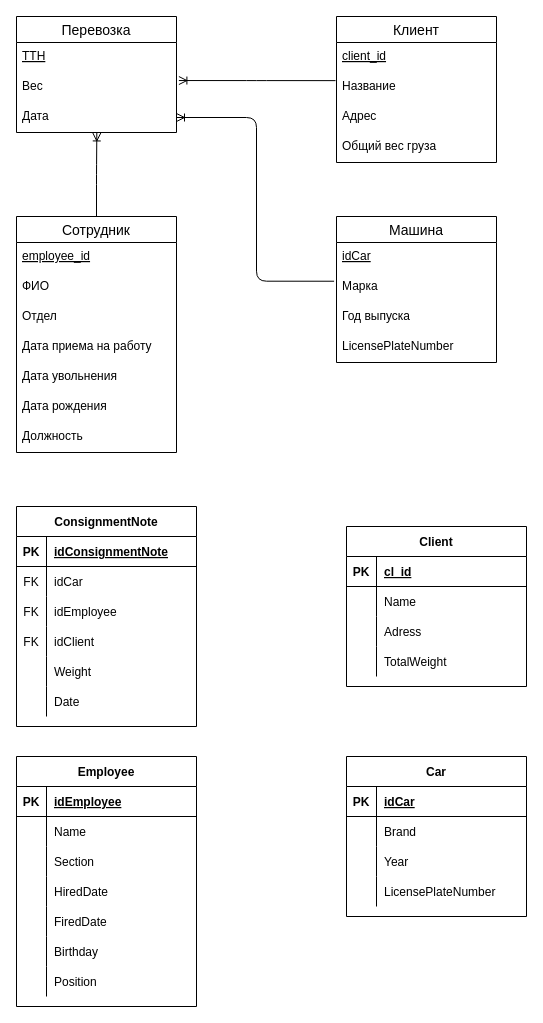
Above: 4_semestr/Data Bases/lab_Schema.drawio in Dishulka/University (draw.io), before the change. Source tidied: cells renumbered, new cells numbered last; positions are measured from the earlier drawing's top-left corner, leaving out a move shared by most shapes. Both pictures are drawn from the tidied source at 100%, with x=0, y=0 at pixel (16, 16).
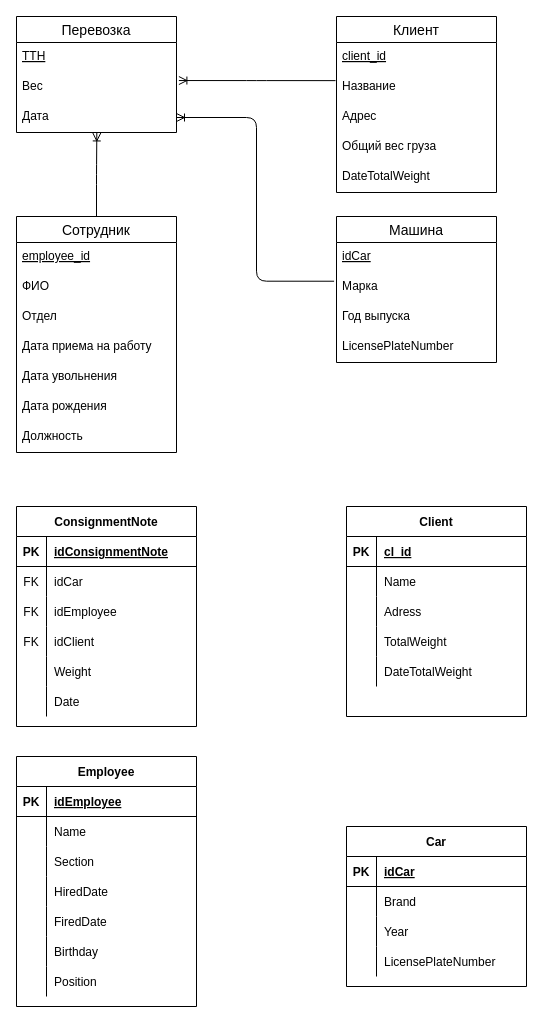
The same diagram, later.

Change to the diagram source:
```diff
@@
     <mxCell id="16" value="Клиент" style="swimlane;fontStyle=0;horizontal=1;startSize=26;align=center;fontSize=14;" parent="1" vertex="1">
-      <mxGeometry x="320" width="160" height="146" as="geometry" />
+      <mxGeometry x="320" width="160" height="176" as="geometry" />
     </mxCell>
@@
+    <mxCell id="94" value="DateTotalWeight" style="text;strokeColor=none;fillColor=none;spacingLeft=4;spacingRight=4;overflow=hidden;fontSize=12;" parent="16" vertex="1">
+      <mxGeometry y="146" width="160" height="30" as="geometry" />
+    </mxCell>
@@
     <mxCell id="27" value="Client" style="shape=table;startSize=30;childLayout=tableLayout;rowLines=0;fontStyle=1;align=center;" parent="1" vertex="1">
-      <mxGeometry x="330" y="510" width="180" height="160" as="geometry" />
+      <mxGeometry x="330" y="490" width="180" height="210" as="geometry" />
     </mxCell>
@@
+    <mxCell id="95" style="shape=partialRectangle;fillColor=none;top=0;left=0;bottom=0;right=0;" parent="27" vertex="1">
+      <mxGeometry y="150" width="180" height="30" as="geometry" />
+    </mxCell>
+    <mxCell id="96" style="shape=partialRectangle;fillColor=none;top=0;left=0;bottom=0;right=0;overflow=hidden;" parent="95" vertex="1">
+      <mxGeometry width="30" height="30" as="geometry" />
+    </mxCell>
+    <mxCell id="97" value="DateTotalWeight" style="shape=partialRectangle;fillColor=none;top=0;left=0;bottom=0;right=0;align=left;spacingLeft=6;overflow=hidden;" parent="95" vertex="1">
+      <mxGeometry x="30" width="150" height="30" as="geometry" />
+    </mxCell>
     <mxCell id="40" value="Car" style="shape=table;startSize=30;childLayout=tableLayout;rowLines=0;fontStyle=1;align=center;" parent="1" vertex="1">
-      <mxGeometry x="330" y="740" width="180" height="160" as="geometry" />
+      <mxGeometry x="330" y="810" width="180" height="160" as="geometry" />
     </mxCell>
```
